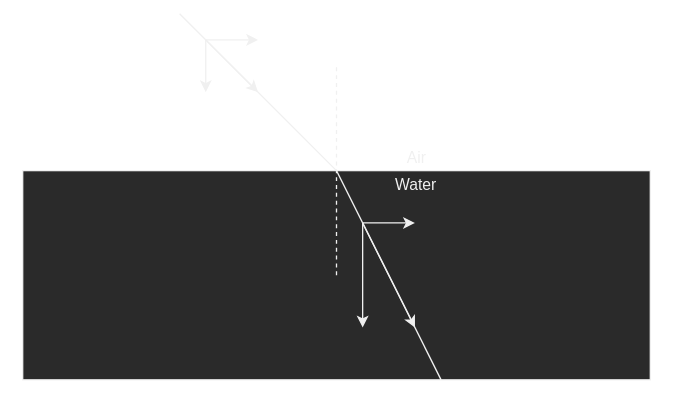
Above: Untitled Diagram.svg in Irenezs/Notes (draw.io), before the change. Source tidied: cells renumbered, new cells last; positions are measured from the earlier drawing's top-left corner, leaving out a move shared by most shapes.
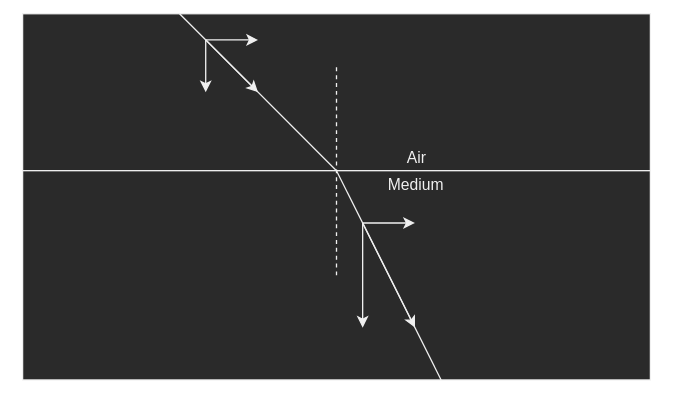
The same file after the commit.

Diff of the diagram source:
```diff
@@ -2,10 +2,13 @@
   <root>
     <mxCell id="0" />
     <mxCell id="1" parent="0" />
+    <mxCell id="15" style="rounded=0;whiteSpace=wrap;html=1;" parent="1" vertex="1">
+      <mxGeometry width="480" height="120" as="geometry" />
+    </mxCell>
     <mxCell id="2" style="rounded=0;whiteSpace=wrap;html=1;" parent="1" vertex="1">
       <mxGeometry y="120" width="480" height="160" as="geometry" />
     </mxCell>
-    <mxCell id="3" value="Water" style="text;html=1;strokeColor=none;fillColor=none;align=center;verticalAlign=middle;whiteSpace=wrap;rounded=0;" parent="1" vertex="1">
+    <mxCell id="3" value="Medium" style="text;html=1;strokeColor=none;fillColor=none;align=center;verticalAlign=middle;whiteSpace=wrap;rounded=0;" parent="1" vertex="1">
       <mxGeometry x="280" y="120" width="40" height="20" as="geometry" />
     </mxCell>
     <mxCell id="4" value="Air" style="text;html=1;align=center;verticalAlign=middle;strokeColor=none;" parent="1" vertex="1">
```
